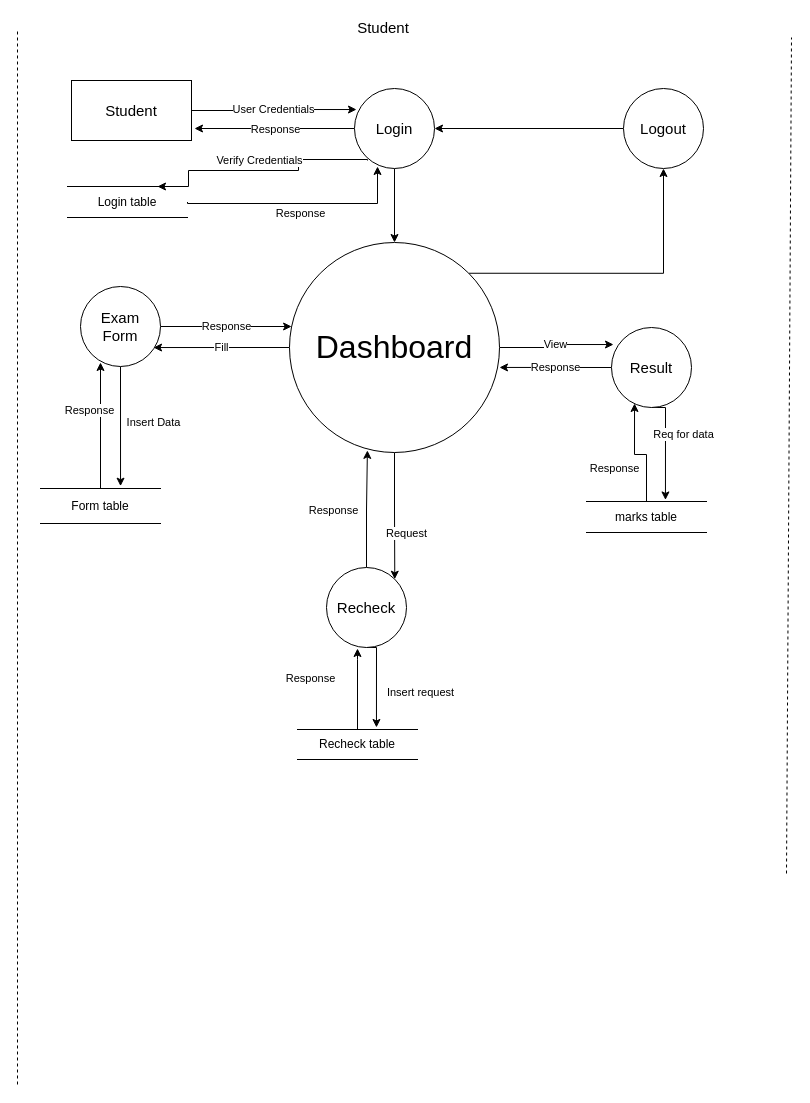
Before: Diagrams/DFD/Student.drawio in MohsinAliSoomro/CES, a draw.io diagram. Source tidied: cells renumbered, new cells numbered last; positions are measured from the earlier drawing's top-left corner, leaving out a move shared by most shapes. Both pictures are drawn from the tidied source at 100%, with x=0, y=0 at pixel (17, 17).
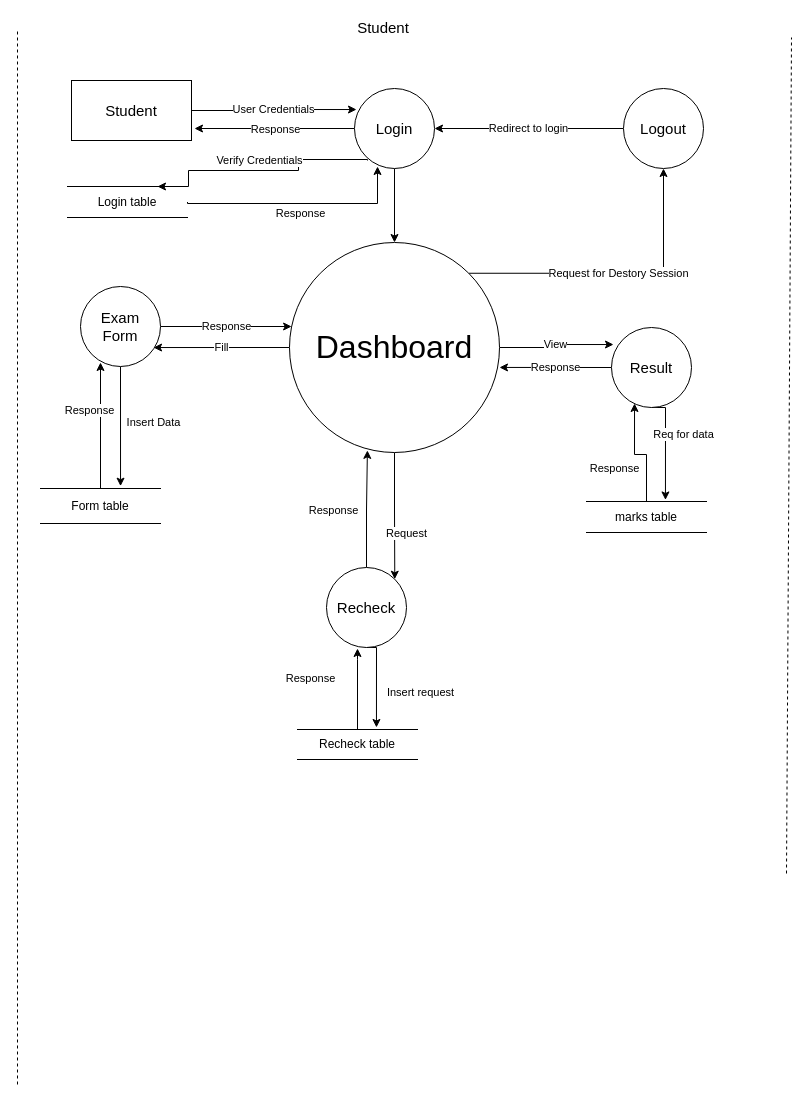
Above is the later version.

The change refers to these unchanged cells:
```xml
<mxCell id="6" value="&lt;font style=&quot;font-size: 15px&quot;&gt;Login&lt;/font&gt;" style="ellipse;whiteSpace=wrap;html=1;" parent="1" vertex="1">
  <mxGeometry x="337" y="71" width="80" height="80" as="geometry" />
</mxCell>
<mxCell id="10" value="&lt;font style=&quot;font-size: 15px&quot;&gt;Logout&lt;/font&gt;" style="ellipse;whiteSpace=wrap;html=1;" parent="1" vertex="1">
  <mxGeometry x="606" y="71" width="80" height="80" as="geometry" />
</mxCell>
<mxCell id="15" value="&lt;font style=&quot;font-size: 32px&quot;&gt;Dashboard&lt;/font&gt;" style="ellipse;whiteSpace=wrap;html=1;" parent="1" vertex="1">
  <mxGeometry x="272" y="225" width="210" height="210" as="geometry" />
</mxCell>
```

The edit, as a diff of the source:
```diff
@@
-    <mxCell id="9" style="edgeStyle=orthogonalEdgeStyle;rounded=0;jettySize=auto;html=1;exitX=0;exitY=0.5;exitDx=0;exitDy=0;entryX=1;entryY=0.5;entryDx=0;entryDy=0;" parent="1" edge="1" source="10" target="6">
+    <mxCell id="9" value="Redirect to login" style="edgeStyle=orthogonalEdgeStyle;rounded=0;jettySize=auto;html=1;exitX=0;exitY=0.5;exitDx=0;exitDy=0;entryX=1;entryY=0.5;entryDx=0;entryDy=0;" parent="1" edge="1" source="10" target="6">
       <mxGeometry relative="1" as="geometry" />
     </mxCell>
@@
-    <mxCell id="11" style="edgeStyle=orthogonalEdgeStyle;rounded=0;jettySize=auto;html=1;exitX=1;exitY=0;exitDx=0;exitDy=0;entryX=0.5;entryY=1;entryDx=0;entryDy=0;" parent="1" edge="1" source="15" target="10">
+    <mxCell id="11" value="Request for Destory Session" style="edgeStyle=orthogonalEdgeStyle;rounded=0;jettySize=auto;html=1;exitX=1;exitY=0;exitDx=0;exitDy=0;entryX=0.5;entryY=1;entryDx=0;entryDy=0;" parent="1" edge="1" source="15" target="10">
       <mxGeometry relative="1" as="geometry" />
     </mxCell>
```
